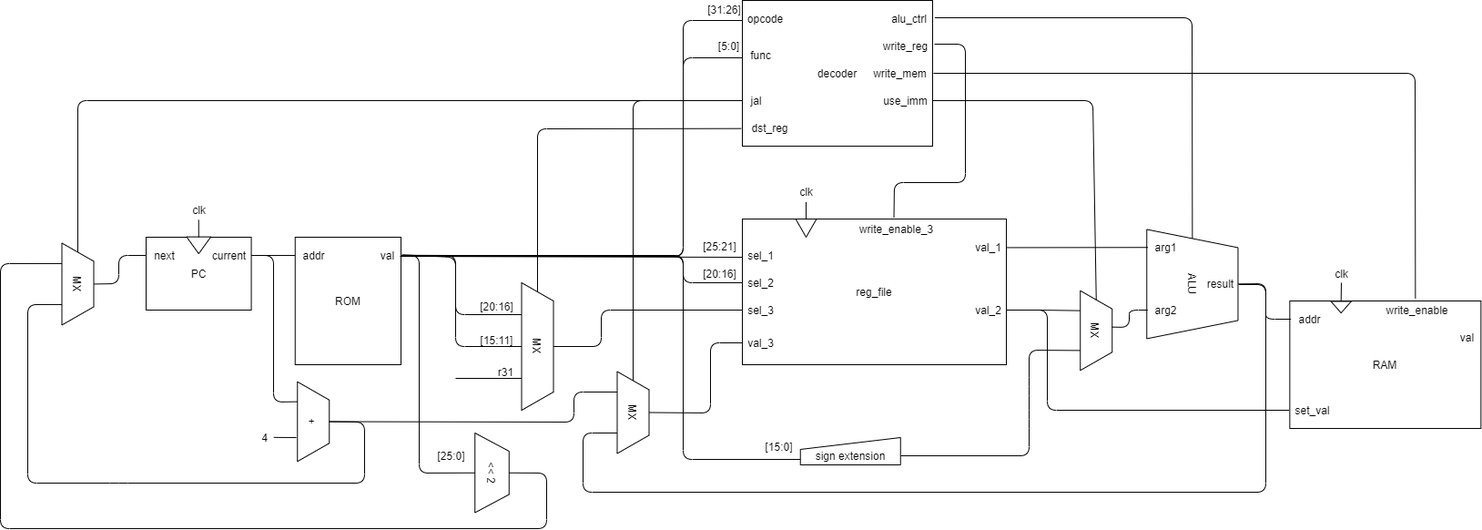
This is doc/img/architecture.drawio.png from 0n1shi/fpga-mips, a draw.io export, as it was before one commit. Source tidied: cells renumbered, new cells last; positions are measured from the earlier drawing's top-left corner, leaving out a move shared by most shapes.
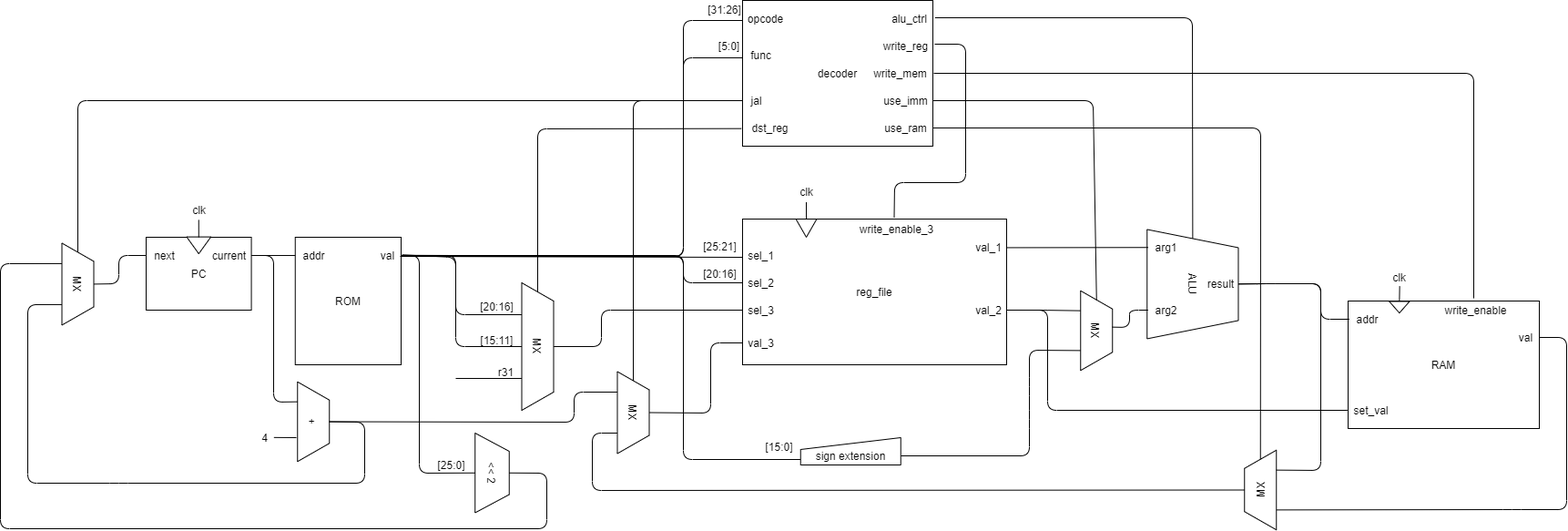
Later version of the same file.

What changed in the source:
```diff
@@ -115,7 +115,7 @@
       <mxGeometry x="1260" y="330" width="40" height="20" as="geometry" />
     </mxCell>
     <mxCell id="35" style="group;" parent="1" vertex="1">
-      <mxGeometry x="1416.3" y="330" width="210" height="140" as="geometry" />
+      <mxGeometry x="1480" y="330" width="210" height="140" as="geometry" />
     </mxCell>
     <mxCell id="36" style="group;" parent="35" vertex="1">
       <mxGeometry width="210" height="140" as="geometry" />
@@ -227,7 +227,7 @@
       </mxGeometry>
     </mxCell>
     <mxCell id="58" value="clk" style="text;html=1;align=center;verticalAlign=middle;points=[];" parent="1" vertex="1">
-      <mxGeometry x="1457.7" y="290" width="30" height="20" as="geometry" />
+      <mxGeometry x="1521.3" y="293.9" width="30" height="20" as="geometry" />
     </mxCell>
     <mxCell id="59" value="clk" style="text;html=1;align=center;verticalAlign=middle;points=[];" parent="1" vertex="1">
       <mxGeometry x="870" y="200" width="30" height="20" as="geometry" />
@@ -262,7 +262,7 @@
     <mxCell id="67" style="endArrow=none;html=1;entryX=1.029;entryY=0.5;entryDx=0;entryDy=0;entryPerimeter=0;exitX=0.475;exitY=-0.147;exitDx=0;exitDy=0;exitPerimeter=0;" parent="1" edge="1" source="42" target="65">
       <mxGeometry relative="1" as="geometry">
         <Array as="points">
-          <mxPoint x="1554" y="80" />
+          <mxPoint x="1618" y="80" />
         </Array>
       </mxGeometry>
     </mxCell>
@@ -328,8 +328,8 @@
       <mxGeometry relative="1" as="geometry">
         <Array as="points">
           <mxPoint x="1390" y="311" />
-          <mxPoint x="1390" y="330" />
-          <mxPoint x="1390" y="350" />
+          <mxPoint x="1450" y="311" />
+          <mxPoint x="1450" y="350" />
         </Array>
       </mxGeometry>
     </mxCell>
@@ -353,7 +353,7 @@
       </mxGeometry>
     </mxCell>
     <mxCell id="83" value="[25:0]" style="text;html=1;align=center;verticalAlign=middle;" parent="1" vertex="1">
-      <mxGeometry x="470" y="490" width="50" height="20" as="geometry" />
+      <mxGeometry x="470" y="500" width="50" height="20" as="geometry" />
     </mxCell>
     <mxCell id="84" style="endArrow=none;html=1;exitX=0.5;exitY=0;exitDx=0;exitDy=0;entryX=0.25;entryY=1;entryDx=0;entryDy=0;" parent="1" edge="1" source="81" target="86">
       <mxGeometry relative="1" as="geometry">
@@ -427,15 +427,44 @@
         </Array>
       </mxGeometry>
     </mxCell>
-    <mxCell id="98" style="endArrow=none;html=1;entryX=1;entryY=0.528;entryDx=0;entryDy=0;entryPerimeter=0;exitX=0.75;exitY=1;exitDx=0;exitDy=0;" parent="1" edge="1" source="89" target="78">
-      <mxGeometry relative="1" as="geometry">
-        <Array as="points">
-          <mxPoint x="640" y="475" />
-          <mxPoint x="640" y="540" />
-          <mxPoint x="1390" y="540" />
-          <mxPoint x="1390" y="312" />
-        </Array>
-      </mxGeometry>
-    </mxCell>
+    <mxCell id="99" style="endArrow=none;html=1;entryX=0.999;entryY=0.5;entryDx=0;entryDy=0;entryPerimeter=0;exitX=0.25;exitY=1;exitDx=0;exitDy=0;" parent="1" edge="1" source="100" target="40">
+      <mxGeometry relative="1" as="geometry">
+        <Array as="points">
+          <mxPoint x="1660" y="559" />
+          <mxPoint x="1720" y="559" />
+          <mxPoint x="1720" y="370" />
+        </Array>
+      </mxGeometry>
+    </mxCell>
+    <mxCell id="100" value="MX" style="shape=trapezoid;perimeter=trapezoidPerimeter;whiteSpace=wrap;html=1;fixedSize=1;align=center;rotation=-90;" parent="1" vertex="1">
+      <mxGeometry x="1340" y="520" width="87.5" height="35" as="geometry" />
+    </mxCell>
+    <mxCell id="101" style="endArrow=none;html=1;entryX=0.992;entryY=0.495;entryDx=0;entryDy=0;entryPerimeter=0;exitX=0.75;exitY=1;exitDx=0;exitDy=0;" parent="1" edge="1" source="100" target="78">
+      <mxGeometry relative="1" as="geometry">
+        <Array as="points">
+          <mxPoint x="1450" y="516" />
+          <mxPoint x="1450" y="311" />
+          <mxPoint x="1390" y="311" />
+        </Array>
+      </mxGeometry>
+    </mxCell>
+    <mxCell id="102" style="endArrow=none;html=1;entryX=0.5;entryY=0;entryDx=0;entryDy=0;exitX=0.75;exitY=1;exitDx=0;exitDy=0;" parent="1" edge="1" source="89" target="100">
+      <mxGeometry relative="1" as="geometry">
+        <Array as="points">
+          <mxPoint x="650" y="475" />
+          <mxPoint x="650" y="538" />
+        </Array>
+      </mxGeometry>
+    </mxCell>
+    <mxCell id="103" value="use_ram" style="text;html=1;align=center;verticalAlign=middle;points=[];" parent="1" vertex="1">
+      <mxGeometry x="964" y="130" width="60" height="20" as="geometry" />
+    </mxCell>
+    <mxCell id="104" style="endArrow=none;html=1;entryX=1;entryY=0.5;entryDx=0;entryDy=0;entryPerimeter=0;exitX=1;exitY=0.5;exitDx=0;exitDy=0;" parent="1" edge="1" source="100" target="103">
+      <mxGeometry relative="1" as="geometry">
+        <Array as="points">
+          <mxPoint x="1384" y="140" />
+        </Array>
+      </mxGeometry>
+    </mxCell>
   </root>
 </mxGraphModel>
```
